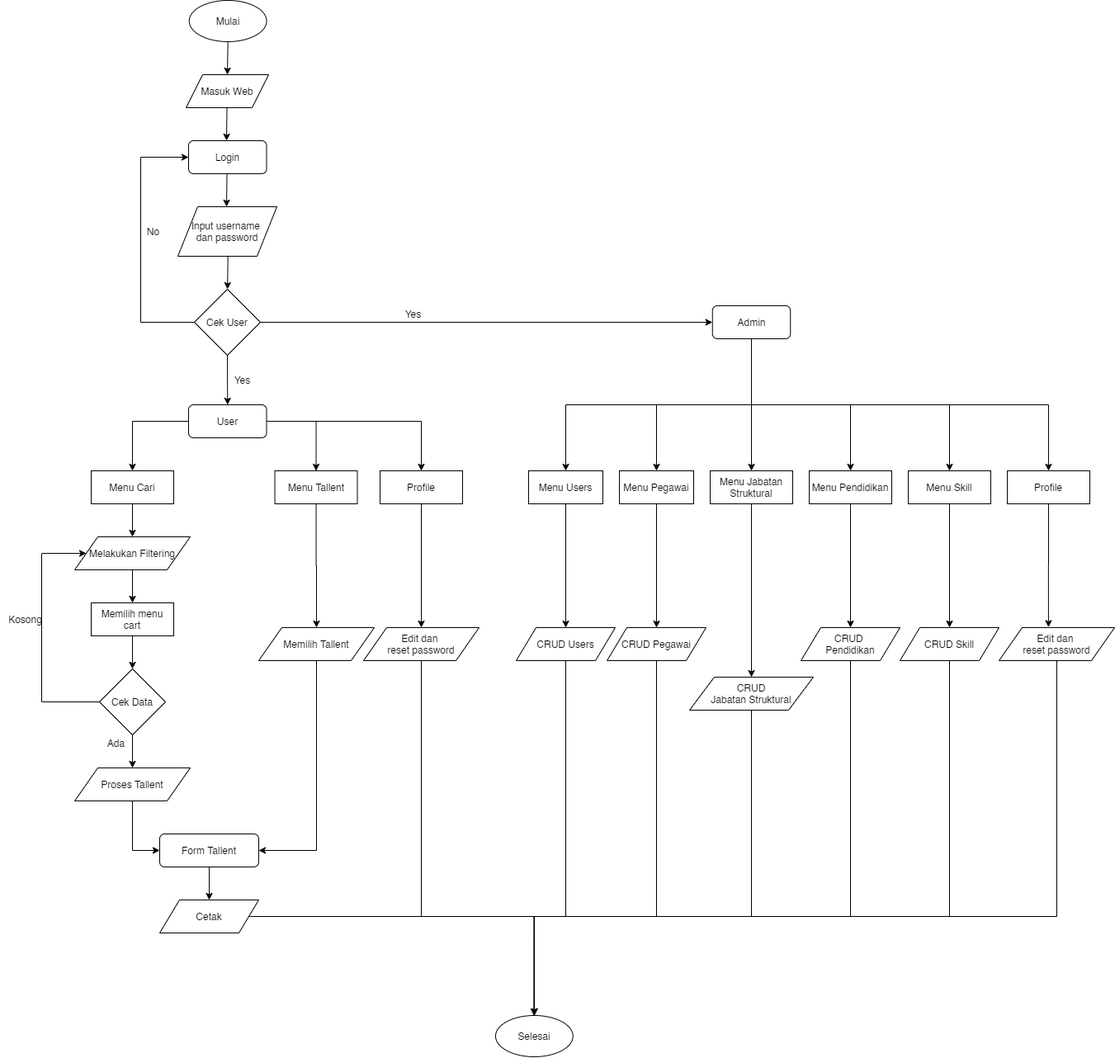
Earlier version of the draw.io export pics/diagram/Flowchart.png (zakariawahyu/bukuPA). Source tidied: cells renumbered, new cells last; positions are measured from the earlier drawing's top-left corner, leaving out a move shared by most shapes.
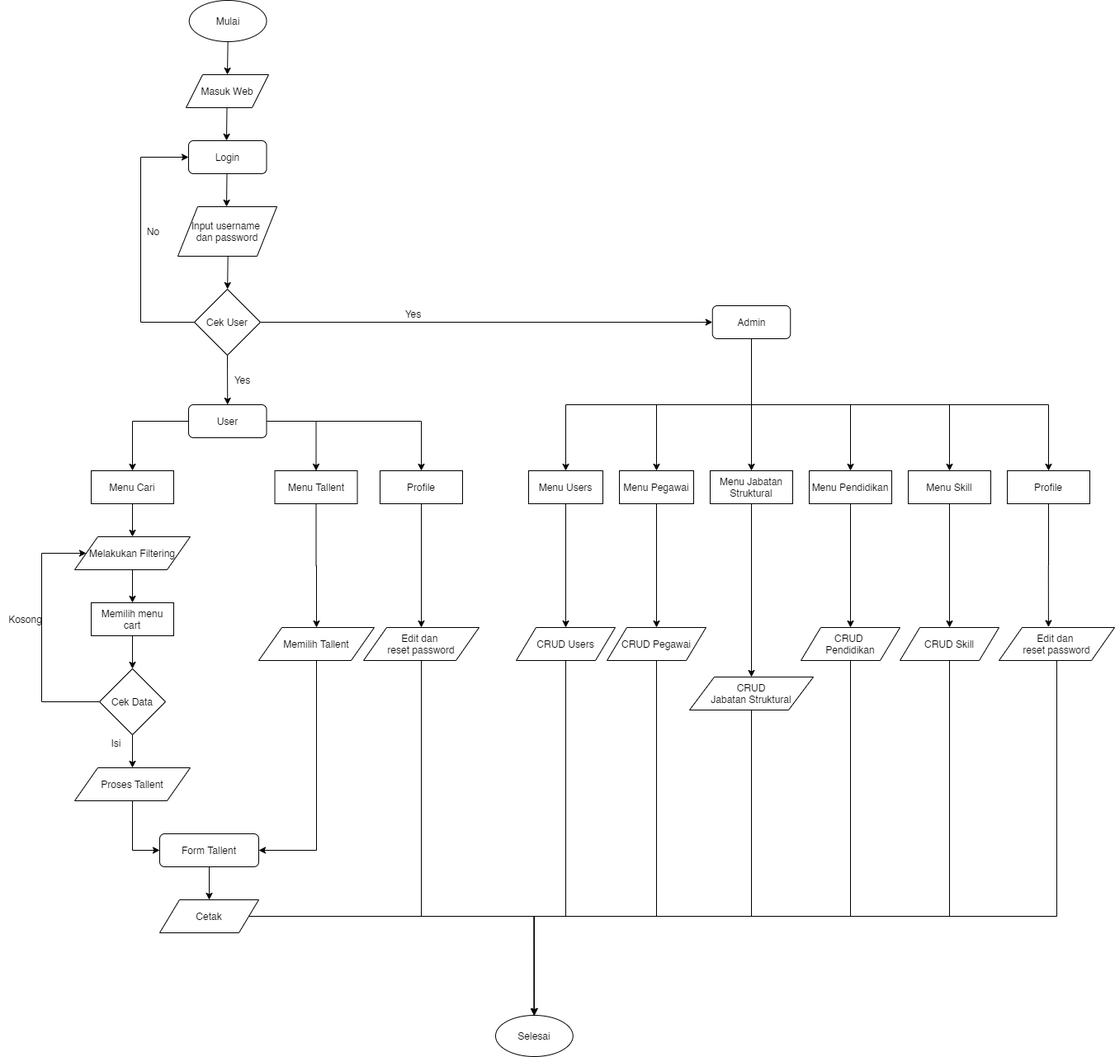
After the commit.

Diff of the diagram source:
```diff
@@ -322,8 +322,8 @@
     <mxCell id="80" value="Edit dan &lt;br&gt;reset password" style="shape=parallelogram;perimeter=parallelogramPerimeter;whiteSpace=wrap;html=1;fillColor=none;gradientColor=none;align=center;" parent="1" vertex="1">
       <mxGeometry x="1210" y="760" width="140" height="40" as="geometry" />
     </mxCell>
-    <mxCell id="81" value="Ada" style="text;html=1;align=center;verticalAlign=middle;" parent="1" vertex="1">
-      <mxGeometry x="120" y="890" width="40" height="20" as="geometry" />
+    <mxCell id="81" value="Isi" style="text;html=1;align=center;verticalAlign=middle;" parent="1" vertex="1">
+      <mxGeometry x="125" y="890" width="30" height="20" as="geometry" />
     </mxCell>
   </root>
 </mxGraphModel>
```
